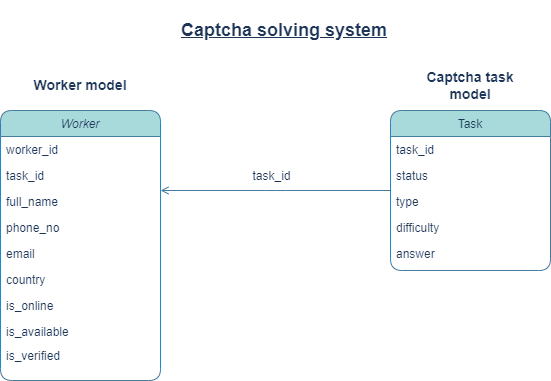
This is raildog.drawio.png from officialHaze/raildog_api, a draw.io export, as it was before one commit. Source tidied: cells renumbered, new cells last; positions are measured from the earlier drawing's top-left corner, leaving out a move shared by most shapes.
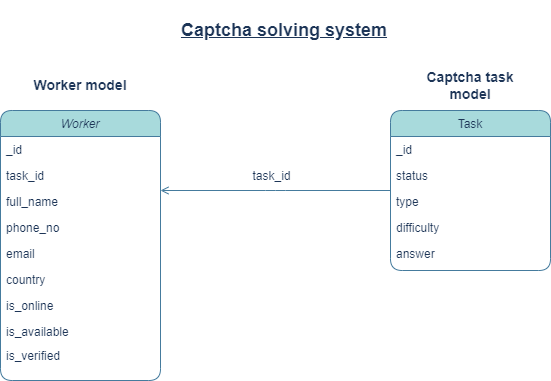
The same file after the commit.

Diff of the diagram source:
```diff
@@ -5,7 +5,7 @@
     <mxCell id="2" value="Worker" style="swimlane;fontStyle=2;align=center;verticalAlign=top;horizontal=1;startSize=26;rounded=1;shadow=0;strokeWidth=1;labelBackgroundColor=none;fillColor=#A8DADC;strokeColor=#457B9D;fontColor=#1D3557;" parent="1" vertex="1">
       <mxGeometry y="110" width="160" height="270" as="geometry" />
     </mxCell>
-    <mxCell id="3" value="worker_id" style="text;align=left;verticalAlign=top;spacingLeft=4;spacingRight=4;overflow=hidden;rounded=1;shadow=0;html=0;labelBackgroundColor=none;fontColor=#1D3557;" parent="2" vertex="1">
+    <mxCell id="3" value="_id" style="text;align=left;verticalAlign=top;spacingLeft=4;spacingRight=4;overflow=hidden;rounded=1;shadow=0;html=0;labelBackgroundColor=none;fontColor=#1D3557;" parent="2" vertex="1">
       <mxGeometry y="26" width="160" height="26" as="geometry" />
     </mxCell>
     <mxCell id="4" value="task_id" style="text;align=left;verticalAlign=top;spacingLeft=4;spacingRight=4;overflow=hidden;rounded=1;shadow=0;html=0;labelBackgroundColor=none;fontColor=#1D3557;" parent="2" vertex="1">
@@ -35,7 +35,7 @@
     <mxCell id="12" value="Task" style="swimlane;fontStyle=0;align=center;verticalAlign=top;horizontal=1;startSize=26;rounded=1;shadow=0;strokeWidth=1;labelBackgroundColor=none;fillColor=#A8DADC;strokeColor=#457B9D;fontColor=#1D3557;" parent="1" vertex="1">
       <mxGeometry x="390" y="110" width="160" height="160" as="geometry" />
     </mxCell>
-    <mxCell id="13" value="task_id" style="text;align=left;verticalAlign=top;spacingLeft=4;spacingRight=4;overflow=hidden;rounded=1;shadow=0;html=0;labelBackgroundColor=none;fontColor=#1D3557;" parent="12" vertex="1">
+    <mxCell id="13" value="_id" style="text;align=left;verticalAlign=top;spacingLeft=4;spacingRight=4;overflow=hidden;rounded=1;shadow=0;html=0;labelBackgroundColor=none;fontColor=#1D3557;" parent="12" vertex="1">
       <mxGeometry y="26" width="160" height="26" as="geometry" />
     </mxCell>
     <mxCell id="14" value="status" style="text;align=left;verticalAlign=top;spacingLeft=4;spacingRight=4;overflow=hidden;rounded=1;shadow=0;html=0;labelBackgroundColor=none;fontColor=#1D3557;" parent="12" vertex="1">
```
